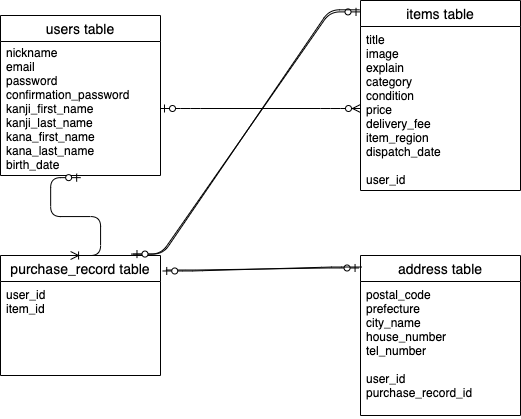
Before: test.drawio.png, a diagram exported from draw.io (sohey-hub/furima-32536). Source tidied: cells renumbered, new cells last; positions are measured from the earlier drawing's top-left corner, leaving out a move shared by most shapes.
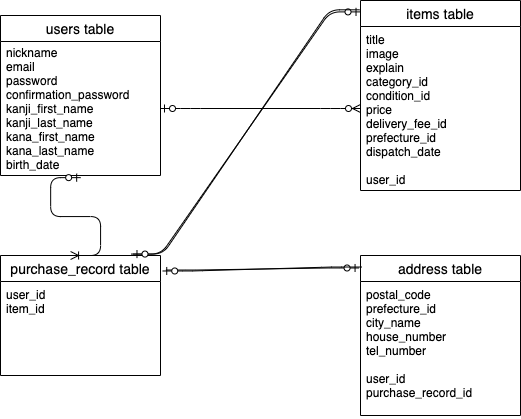
Later version of the same file.

Change to the diagram source:
```diff
@@ -11,7 +11,7 @@
     <mxCell id="4" value="items table" style="swimlane;fontStyle=0;horizontal=1;startSize=26;align=center;fontSize=14;" parent="1" vertex="1">
       <mxGeometry x="360" width="160" height="190" as="geometry" />
     </mxCell>
-    <mxCell id="5" value="title&#10;image&#10;explain&#10;category&#10;condition&#10;price&#10;delivery_fee&#10;item_region&#10;dispatch_date&#10;&#10;user_id" style="text;strokeColor=none;fillColor=none;spacingLeft=4;spacingRight=4;overflow=hidden;points=[[0,0.5],[1,0.5]];portConstraint=eastwest;fontSize=12;" parent="4" vertex="1">
+    <mxCell id="5" value="title&#10;image&#10;explain&#10;category_id&#10;condition_id&#10;price&#10;delivery_fee_id&#10;prefecture_id&#10;dispatch_date&#10;&#10;user_id" style="text;strokeColor=none;fillColor=none;spacingLeft=4;spacingRight=4;overflow=hidden;points=[[0,0.5],[1,0.5]];portConstraint=eastwest;fontSize=12;" parent="4" vertex="1">
       <mxGeometry y="26" width="160" height="164" as="geometry" />
     </mxCell>
     <mxCell id="6" style="edgeStyle=entityRelationEdgeStyle;fontSize=12;html=1;endArrow=ERzeroToMany;startArrow=ERzeroToOne;entryX=0;entryY=0.5;entryDx=0;entryDy=0;" parent="1" edge="1" source="3" target="5">
@@ -26,7 +26,7 @@
     <mxCell id="9" value="address table" style="swimlane;fontStyle=0;horizontal=1;startSize=26;align=center;fontSize=14;" parent="1" vertex="1">
       <mxGeometry x="360" y="255" width="160" height="160" as="geometry" />
     </mxCell>
-    <mxCell id="10" value="postal_code&#10;prefecture&#10;city_name&#10;house_number&#10;tel_number&#10;&#10;user_id&#10;purchase_record_id" style="text;strokeColor=none;fillColor=none;spacingLeft=4;spacingRight=4;overflow=hidden;fontSize=12;" parent="9" vertex="1">
+    <mxCell id="10" value="postal_code&#10;prefecture_id&#10;city_name&#10;house_number&#10;tel_number&#10;&#10;user_id&#10;purchase_record_id" style="text;strokeColor=none;fillColor=none;spacingLeft=4;spacingRight=4;overflow=hidden;fontSize=12;" parent="9" vertex="1">
       <mxGeometry y="26" width="160" height="134" as="geometry" />
     </mxCell>
     <mxCell id="11" style="edgeStyle=entityRelationEdgeStyle;fontSize=12;html=1;endArrow=ERzeroToOne;endFill=1;exitX=0.816;exitY=-0.012;exitDx=0;exitDy=0;exitPerimeter=0;entryX=-0.003;entryY=0.06;entryDx=0;entryDy=0;entryPerimeter=0;" parent="1" edge="1" source="7" target="4">
```
